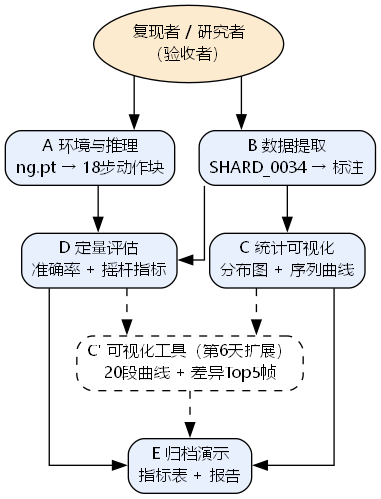
Earlier version of the Graphviz export assets/module_diagram.png (3523509051/general-gaming-AI). Its source is kept beside it as assets/module_diagram.dot.
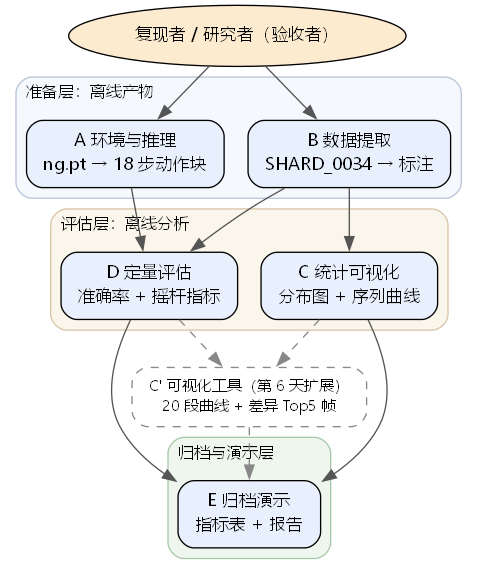
After the commit.

Commit message:
docs(day2): rewrite module diagram with 3-tier clusters + add story->module->day5 correspondence table

The edit, as a diff of the source:
```diff
@@ -1,21 +1,56 @@
 digraph modules {
   rankdir=TB;
-  splines=ortho;
+  splines=spline;
+  bgcolor="white";
+  fontname="Microsoft YaHei";
+  compound=true;
   node [shape=box, style="rounded,filled", fillcolor="#E8F0FE",
-        fontname="Microsoft YaHei", fontsize=12];
-  edge [fontname="Microsoft YaHei"];
+        fontname="Microsoft YaHei", fontsize=13, margin="0.18,0.10"];
+  edge [fontname="Microsoft YaHei", fontsize=11, color="#555555"];
 
-  user [label="复现者 / 研究者\n（验收者）",
-        shape=ellipse, fillcolor="#FDEBD0"];
+  user [label="复现者 / 研究者（验收者）",
+        shape=ellipse, fillcolor="#FDEBD0", fontsize=13];
 
-  A [label="A 环境与推理\nng.pt → 18步动作块"];
-  B [label="B 数据提取\nSHARD_0034 → 标注"];
-  C [label="C 统计可视化\n分布图 + 序列曲线"];
-  D [label="D 定量评估\n准确率 + 摇杆指标"];
-  E [label="E 归档演示\n指标表 + 报告"];
+  subgraph cluster_prep {
+    label="准备层：离线产物";
+    labeljust="l";
+    style="rounded,filled";
+    fillcolor="#F5F8FC";
+    color="#B8C5D9";
+    fontname="Microsoft YaHei";
+    fontsize=12;
+    A [label="A 环境与推理\nng.pt → 18 步动作块"];
+    B [label="B 数据提取\nSHARD_0034 → 标注"];
+    {rank=same; A; B;}
+  }
 
-  Cx [label="C' 可视化工具（第6天扩展）\n20段曲线 + 差异Top5帧",
-      style="dashed,rounded,filled", fillcolor="#FFFFFF"];
+  subgraph cluster_eval {
+    label="评估层：离线分析";
+    labeljust="l";
+    style="rounded,filled";
+    fillcolor="#FBF6EC";
+    color="#D9C5A8";
+    fontname="Microsoft YaHei";
+    fontsize=12;
+    D [label="D 定量评估\n准确率 + 摇杆指标"];
+    C [label="C 统计可视化\n分布图 + 序列曲线"];
+    {rank=same; D; C;}
+  }
+
+  subgraph cluster_arch {
+    label="归档与演示层";
+    labeljust="l";
+    style="rounded,filled";
+    fillcolor="#EEF6EE";
+    color="#A8C9A8";
+    fontname="Microsoft YaHei";
+    fontsize=12;
+    E [label="E 归档演示\n指标表 + 报告"];
+  }
+
+  Cx [label="C' 可视化工具（第 6 天扩展）\n20 段曲线 + 差异 Top5 帧",
+      style="dashed,rounded,filled", fillcolor="#FFFFFF",
+      fontsize=11, color="#888888"];
 
   user -> A;
   user -> B;
@@ -24,7 +59,7 @@
   B -> D;
   C -> E;
   D -> E;
-  C -> Cx [style=dashed];
-  D -> Cx [style=dashed];
-  Cx -> E [style=dashed];
+  D -> Cx [style=dashed, color="#888888"];
+  C -> Cx [style=dashed, color="#888888"];
+  Cx -> E [style=dashed, color="#888888"];
 }
```
